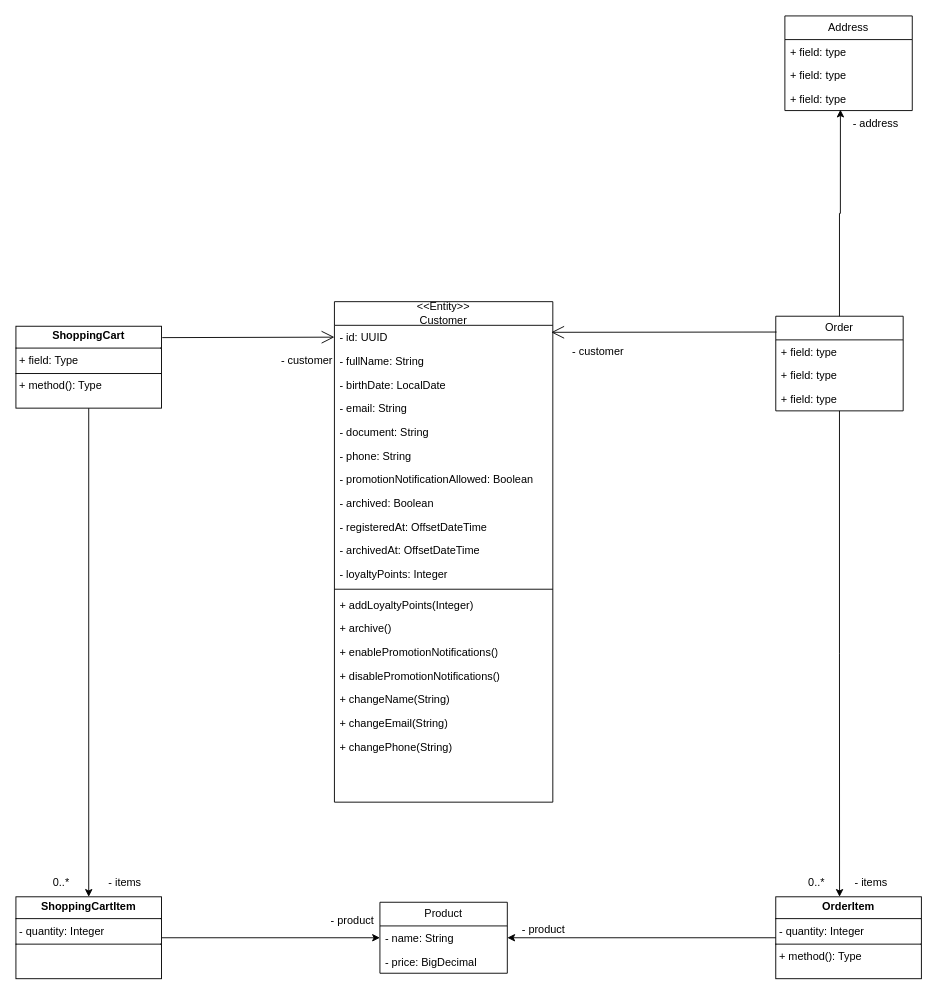
Earlier version of the draw.io diagram AlgaShop.drawio (MGLMendes/ems-algashop-docs). Source tidied: cells renumbered, new cells numbered last; positions are measured from the earlier drawing's top-left corner, leaving out a move shared by most shapes. Both pictures are drawn from the tidied source at 91%, with x=0, y=0 at pixel (15, 15).
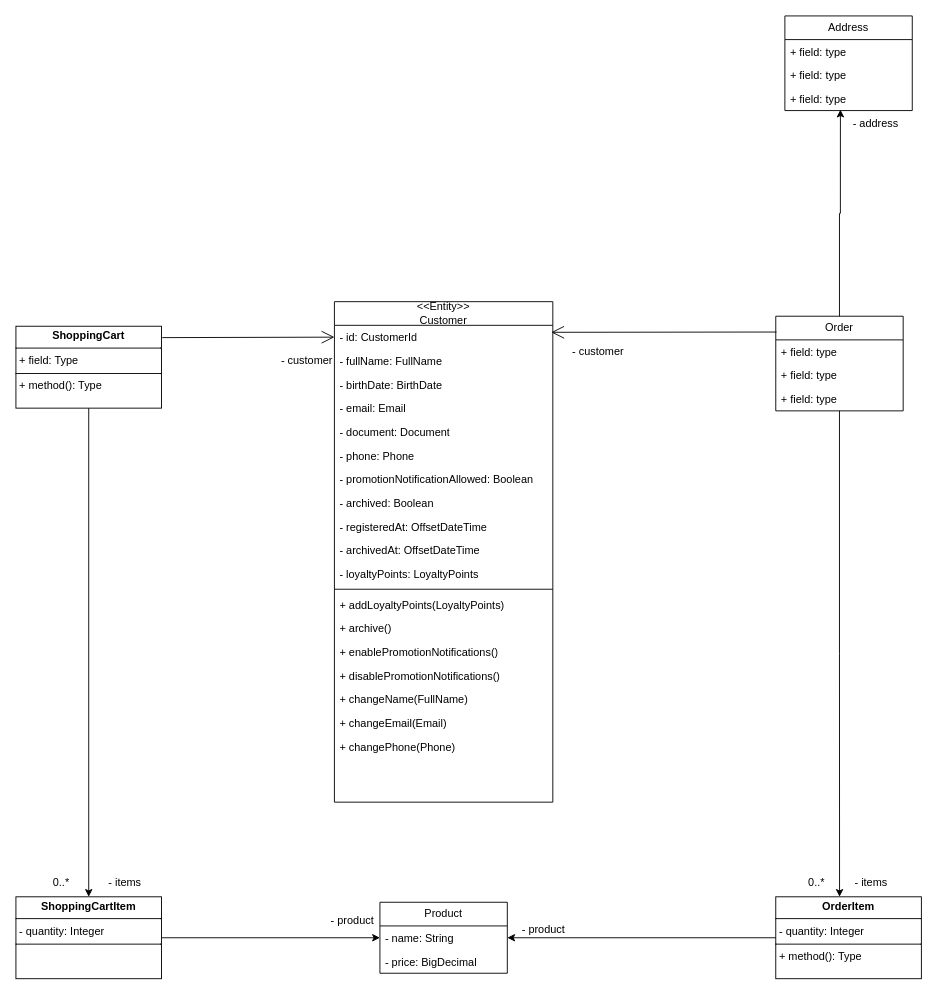
Above is the later version.

Commit message:
5.23. Enriquecendo o Domain Model com Value Objects

Unchanged cells that the change refers to:
```xml
<mxCell id="2" value="&lt;div&gt;&amp;lt;&amp;lt;Entity&amp;gt;&amp;gt;&lt;/div&gt;Customer" style="swimlane;fontStyle=0;horizontal=1;startSize=26;fillColor=none;whiteSpace=wrap;html=1;" parent="1" vertex="1">
  <mxGeometry x="350" y="314" width="240" height="550" as="geometry" />
</mxCell>
```

The edit, as a diff of the source:
```diff
@@
-    <mxCell id="3" value="- id: UUID" style="text;strokeColor=none;fillColor=none;align=left;verticalAlign=top;spacingLeft=4;spacingRight=4;overflow=hidden;points=[[0,0.5],[1,0.5]];portConstraint=eastwest;whiteSpace=wrap;html=1;" parent="2" vertex="1">
+    <mxCell id="3" value="- id: CustomerId" style="text;strokeColor=none;fillColor=none;align=left;verticalAlign=top;spacingLeft=4;spacingRight=4;overflow=hidden;points=[[0,0.5],[1,0.5]];portConstraint=eastwest;whiteSpace=wrap;html=1;" parent="2" vertex="1">
       <mxGeometry y="26" width="240" height="26" as="geometry" />
     </mxCell>
-    <mxCell id="4" value="- fullName: String" style="text;strokeColor=none;fillColor=none;align=left;verticalAlign=top;spacingLeft=4;spacingRight=4;overflow=hidden;whiteSpace=wrap;html=1;" parent="2" vertex="1">
+    <mxCell id="4" value="- fullName: FullName" style="text;strokeColor=none;fillColor=none;align=left;verticalAlign=top;spacingLeft=4;spacingRight=4;overflow=hidden;whiteSpace=wrap;html=1;" parent="2" vertex="1">
       <mxGeometry y="52" width="240" height="26" as="geometry" />
     </mxCell>
-    <mxCell id="5" value="- birthDate: LocalDate" style="text;strokeColor=none;fillColor=none;align=left;verticalAlign=top;spacingLeft=4;spacingRight=4;overflow=hidden;whiteSpace=wrap;html=1;" parent="2" vertex="1">
+    <mxCell id="5" value="- birthDate: BirthDate" style="text;strokeColor=none;fillColor=none;align=left;verticalAlign=top;spacingLeft=4;spacingRight=4;overflow=hidden;whiteSpace=wrap;html=1;" parent="2" vertex="1">
       <mxGeometry y="78" width="240" height="26" as="geometry" />
     </mxCell>
-    <mxCell id="6" value="- email: String" style="text;strokeColor=none;fillColor=none;align=left;verticalAlign=top;spacingLeft=4;spacingRight=4;overflow=hidden;whiteSpace=wrap;html=1;" parent="2" vertex="1">
+    <mxCell id="6" value="- email: Email" style="text;strokeColor=none;fillColor=none;align=left;verticalAlign=top;spacingLeft=4;spacingRight=4;overflow=hidden;whiteSpace=wrap;html=1;" parent="2" vertex="1">
       <mxGeometry y="104" width="240" height="26" as="geometry" />
     </mxCell>
-    <mxCell id="7" value="- document: String" style="text;strokeColor=none;fillColor=none;align=left;verticalAlign=top;spacingLeft=4;spacingRight=4;overflow=hidden;whiteSpace=wrap;html=1;" parent="2" vertex="1">
+    <mxCell id="7" value="- document: Document" style="text;strokeColor=none;fillColor=none;align=left;verticalAlign=top;spacingLeft=4;spacingRight=4;overflow=hidden;whiteSpace=wrap;html=1;" parent="2" vertex="1">
       <mxGeometry y="130" width="240" height="26" as="geometry" />
     </mxCell>
-    <mxCell id="8" value="- phone: String" style="text;strokeColor=none;fillColor=none;align=left;verticalAlign=top;spacingLeft=4;spacingRight=4;overflow=hidden;whiteSpace=wrap;html=1;" parent="2" vertex="1">
+    <mxCell id="8" value="- phone: Phone" style="text;strokeColor=none;fillColor=none;align=left;verticalAlign=top;spacingLeft=4;spacingRight=4;overflow=hidden;whiteSpace=wrap;html=1;" parent="2" vertex="1">
       <mxGeometry y="156" width="240" height="26" as="geometry" />
     </mxCell>
@@
-    <mxCell id="13" value="- loyaltyPoints: Integer" style="text;strokeColor=none;fillColor=none;align=left;verticalAlign=top;spacingLeft=4;spacingRight=4;overflow=hidden;whiteSpace=wrap;html=1;" parent="2" vertex="1">
+    <mxCell id="13" value="- loyaltyPoints: LoyaltyPoints" style="text;strokeColor=none;fillColor=none;align=left;verticalAlign=top;spacingLeft=4;spacingRight=4;overflow=hidden;whiteSpace=wrap;html=1;" parent="2" vertex="1">
       <mxGeometry y="286" width="240" height="26" as="geometry" />
     </mxCell>
@@
-    <mxCell id="15" value="+ addLoyaltyPoints(Integer)" style="text;strokeColor=none;fillColor=none;align=left;verticalAlign=top;spacingLeft=4;spacingRight=4;overflow=hidden;whiteSpace=wrap;html=1;" parent="2" vertex="1">
+    <mxCell id="15" value="+ addLoyaltyPoints(LoyaltyPoints)" style="text;strokeColor=none;fillColor=none;align=left;verticalAlign=top;spacingLeft=4;spacingRight=4;overflow=hidden;whiteSpace=wrap;html=1;" parent="2" vertex="1">
       <mxGeometry y="320" width="240" height="26" as="geometry" />
     </mxCell>
@@
-    <mxCell id="19" value="+ changeName(String)" style="text;strokeColor=none;fillColor=none;align=left;verticalAlign=top;spacingLeft=4;spacingRight=4;overflow=hidden;whiteSpace=wrap;html=1;" parent="2" vertex="1">
+    <mxCell id="19" value="+ changeName(FullName)" style="text;strokeColor=none;fillColor=none;align=left;verticalAlign=top;spacingLeft=4;spacingRight=4;overflow=hidden;whiteSpace=wrap;html=1;" parent="2" vertex="1">
       <mxGeometry y="424" width="240" height="26" as="geometry" />
     </mxCell>
-    <mxCell id="20" value="+ changeEmail(String)" style="text;strokeColor=none;fillColor=none;align=left;verticalAlign=top;spacingLeft=4;spacingRight=4;overflow=hidden;whiteSpace=wrap;html=1;" parent="2" vertex="1">
+    <mxCell id="20" value="+ changeEmail(Email)" style="text;strokeColor=none;fillColor=none;align=left;verticalAlign=top;spacingLeft=4;spacingRight=4;overflow=hidden;whiteSpace=wrap;html=1;" parent="2" vertex="1">
       <mxGeometry y="450" width="240" height="26" as="geometry" />
     </mxCell>
-    <mxCell id="21" value="+ changePhone(String)" style="text;strokeColor=none;fillColor=none;align=left;verticalAlign=top;spacingLeft=4;spacingRight=4;overflow=hidden;whiteSpace=wrap;html=1;" parent="2" vertex="1">
+    <mxCell id="21" value="+ changePhone(Phone)" style="text;strokeColor=none;fillColor=none;align=left;verticalAlign=top;spacingLeft=4;spacingRight=4;overflow=hidden;whiteSpace=wrap;html=1;" parent="2" vertex="1">
       <mxGeometry y="476" width="240" height="26" as="geometry" />
     </mxCell>
```
